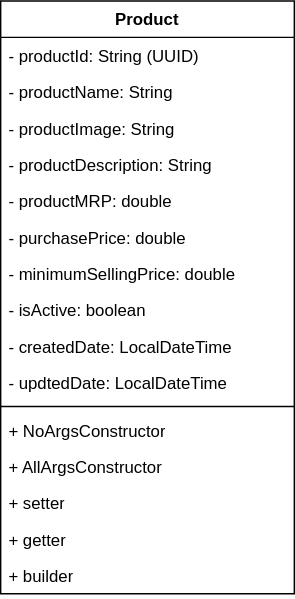
Earlier version of the draw.io export drawio/backend/product-service/product-service-uml.drawio.svg (smruti-banty/stock-management). Source tidied: cells renumbered, new cells last; positions are measured from the earlier drawing's top-left corner, leaving out a move shared by most shapes. The source it was exported from:
```xml
<mxGraphModel background="#ffffff">
  <root>
    <mxCell id="0" />
    <mxCell id="1" parent="0" />
    <mxCell id="2" value="Product" style="swimlane;fontStyle=1;align=center;verticalAlign=top;horizontal=1;startSize=26;whiteSpace=wrap;html=1;" parent="1" vertex="1">
      <mxGeometry width="210" height="424" as="geometry" />
    </mxCell>
    <mxCell id="3" value="- productId: String (UUID)" style="text;strokeColor=none;fillColor=none;align=left;verticalAlign=top;spacingLeft=4;spacingRight=4;overflow=hidden;whiteSpace=wrap;html=1;" parent="2" vertex="1">
      <mxGeometry y="26" width="210" height="26" as="geometry" />
    </mxCell>
    <mxCell id="4" value="- productName: String" style="text;strokeColor=none;fillColor=none;align=left;verticalAlign=top;spacingLeft=4;spacingRight=4;overflow=hidden;whiteSpace=wrap;html=1;" parent="2" vertex="1">
      <mxGeometry y="52" width="210" height="26" as="geometry" />
    </mxCell>
    <mxCell id="5" value="- productImage: String" style="text;strokeColor=none;fillColor=none;align=left;verticalAlign=top;spacingLeft=4;spacingRight=4;overflow=hidden;whiteSpace=wrap;html=1;" parent="2" vertex="1">
      <mxGeometry y="78" width="210" height="26" as="geometry" />
    </mxCell>
    <mxCell id="6" value="- productDescription: String" style="text;strokeColor=none;fillColor=none;align=left;verticalAlign=top;spacingLeft=4;spacingRight=4;overflow=hidden;whiteSpace=wrap;html=1;" parent="2" vertex="1">
      <mxGeometry y="104" width="210" height="26" as="geometry" />
    </mxCell>
    <mxCell id="7" value="- productMRP: double" style="text;strokeColor=none;fillColor=none;align=left;verticalAlign=top;spacingLeft=4;spacingRight=4;overflow=hidden;whiteSpace=wrap;html=1;" parent="2" vertex="1">
      <mxGeometry y="130" width="210" height="26" as="geometry" />
    </mxCell>
    <mxCell id="8" value="- purchasePrice: double" style="text;strokeColor=none;fillColor=none;align=left;verticalAlign=top;spacingLeft=4;spacingRight=4;overflow=hidden;whiteSpace=wrap;html=1;" parent="2" vertex="1">
      <mxGeometry y="156" width="210" height="26" as="geometry" />
    </mxCell>
    <mxCell id="9" value="- minimumSellingPrice: double" style="text;strokeColor=none;fillColor=none;align=left;verticalAlign=top;spacingLeft=4;spacingRight=4;overflow=hidden;whiteSpace=wrap;html=1;" parent="2" vertex="1">
      <mxGeometry y="182" width="210" height="26" as="geometry" />
    </mxCell>
    <mxCell id="10" value="- isActive: boolean" style="text;strokeColor=none;fillColor=none;align=left;verticalAlign=top;spacingLeft=4;spacingRight=4;overflow=hidden;whiteSpace=wrap;html=1;" parent="2" vertex="1">
      <mxGeometry y="208" width="210" height="26" as="geometry" />
    </mxCell>
    <mxCell id="11" value="- createdDate: LocalDateTime" style="text;strokeColor=none;fillColor=none;align=left;verticalAlign=top;spacingLeft=4;spacingRight=4;overflow=hidden;whiteSpace=wrap;html=1;" parent="2" vertex="1">
      <mxGeometry y="234" width="210" height="26" as="geometry" />
    </mxCell>
    <mxCell id="12" value="- updtedDate: LocalDateTime" style="text;strokeColor=none;fillColor=none;align=left;verticalAlign=top;spacingLeft=4;spacingRight=4;overflow=hidden;whiteSpace=wrap;html=1;" parent="2" vertex="1">
      <mxGeometry y="260" width="210" height="26" as="geometry" />
    </mxCell>
    <mxCell id="13" style="line;strokeWidth=1;fillColor=none;align=left;verticalAlign=middle;spacingTop=-1;spacingLeft=3;spacingRight=3;labelPosition=right;strokeColor=inherit;" parent="2" vertex="1">
      <mxGeometry y="286" width="210" height="8" as="geometry" />
    </mxCell>
    <mxCell id="14" value="+ NoArgsConstructor" style="text;strokeColor=none;fillColor=none;align=left;verticalAlign=top;spacingLeft=4;spacingRight=4;overflow=hidden;whiteSpace=wrap;html=1;" parent="2" vertex="1">
      <mxGeometry y="294" width="210" height="26" as="geometry" />
    </mxCell>
    <mxCell id="15" value="+ AllArgsConstructor" style="text;strokeColor=none;fillColor=none;align=left;verticalAlign=top;spacingLeft=4;spacingRight=4;overflow=hidden;whiteSpace=wrap;html=1;" parent="2" vertex="1">
      <mxGeometry y="320" width="210" height="26" as="geometry" />
    </mxCell>
    <mxCell id="16" value="+ setter" style="text;strokeColor=none;fillColor=none;align=left;verticalAlign=top;spacingLeft=4;spacingRight=4;overflow=hidden;whiteSpace=wrap;html=1;" parent="2" vertex="1">
      <mxGeometry y="346" width="210" height="26" as="geometry" />
    </mxCell>
    <mxCell id="17" value="+ getter" style="text;strokeColor=none;fillColor=none;align=left;verticalAlign=top;spacingLeft=4;spacingRight=4;overflow=hidden;whiteSpace=wrap;html=1;" parent="2" vertex="1">
      <mxGeometry y="372" width="210" height="26" as="geometry" />
    </mxCell>
    <mxCell id="18" value="+ builder" style="text;strokeColor=none;fillColor=none;align=left;verticalAlign=top;spacingLeft=4;spacingRight=4;overflow=hidden;whiteSpace=wrap;html=1;" parent="2" vertex="1">
      <mxGeometry y="398" width="210" height="26" as="geometry" />
    </mxCell>
  </root>
</mxGraphModel>
```
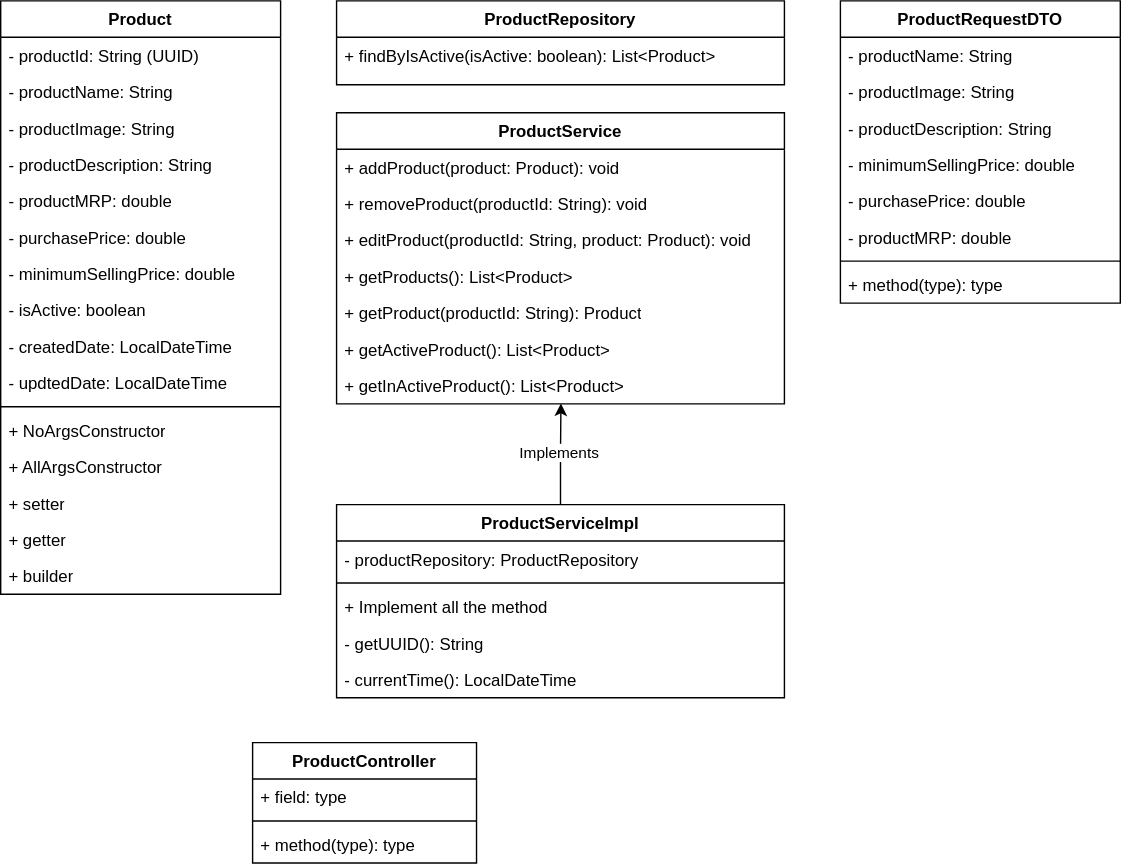
The same diagram one commit later.

Commit message:
Update product-service-uml

The edit, as a diff of the source:
```diff
@@ -3,55 +3,148 @@
     <mxCell id="0" />
     <mxCell id="1" parent="0" />
     <mxCell id="2" value="Product" style="swimlane;fontStyle=1;align=center;verticalAlign=top;horizontal=1;startSize=26;whiteSpace=wrap;html=1;" parent="1" vertex="1">
-      <mxGeometry width="210" height="424" as="geometry" />
+      <mxGeometry width="200" height="424" as="geometry" />
     </mxCell>
     <mxCell id="3" value="- productId: String (UUID)" style="text;strokeColor=none;fillColor=none;align=left;verticalAlign=top;spacingLeft=4;spacingRight=4;overflow=hidden;whiteSpace=wrap;html=1;" parent="2" vertex="1">
-      <mxGeometry y="26" width="210" height="26" as="geometry" />
+      <mxGeometry y="26" width="200" height="26" as="geometry" />
     </mxCell>
     <mxCell id="4" value="- productName: String" style="text;strokeColor=none;fillColor=none;align=left;verticalAlign=top;spacingLeft=4;spacingRight=4;overflow=hidden;whiteSpace=wrap;html=1;" parent="2" vertex="1">
-      <mxGeometry y="52" width="210" height="26" as="geometry" />
+      <mxGeometry y="52" width="200" height="26" as="geometry" />
     </mxCell>
     <mxCell id="5" value="- productImage: String" style="text;strokeColor=none;fillColor=none;align=left;verticalAlign=top;spacingLeft=4;spacingRight=4;overflow=hidden;whiteSpace=wrap;html=1;" parent="2" vertex="1">
-      <mxGeometry y="78" width="210" height="26" as="geometry" />
+      <mxGeometry y="78" width="200" height="26" as="geometry" />
     </mxCell>
     <mxCell id="6" value="- productDescription: String" style="text;strokeColor=none;fillColor=none;align=left;verticalAlign=top;spacingLeft=4;spacingRight=4;overflow=hidden;whiteSpace=wrap;html=1;" parent="2" vertex="1">
-      <mxGeometry y="104" width="210" height="26" as="geometry" />
+      <mxGeometry y="104" width="200" height="26" as="geometry" />
     </mxCell>
     <mxCell id="7" value="- productMRP: double" style="text;strokeColor=none;fillColor=none;align=left;verticalAlign=top;spacingLeft=4;spacingRight=4;overflow=hidden;whiteSpace=wrap;html=1;" parent="2" vertex="1">
-      <mxGeometry y="130" width="210" height="26" as="geometry" />
+      <mxGeometry y="130" width="200" height="26" as="geometry" />
     </mxCell>
     <mxCell id="8" value="- purchasePrice: double" style="text;strokeColor=none;fillColor=none;align=left;verticalAlign=top;spacingLeft=4;spacingRight=4;overflow=hidden;whiteSpace=wrap;html=1;" parent="2" vertex="1">
-      <mxGeometry y="156" width="210" height="26" as="geometry" />
+      <mxGeometry y="156" width="200" height="26" as="geometry" />
     </mxCell>
     <mxCell id="9" value="- minimumSellingPrice: double" style="text;strokeColor=none;fillColor=none;align=left;verticalAlign=top;spacingLeft=4;spacingRight=4;overflow=hidden;whiteSpace=wrap;html=1;" parent="2" vertex="1">
-      <mxGeometry y="182" width="210" height="26" as="geometry" />
+      <mxGeometry y="182" width="200" height="26" as="geometry" />
     </mxCell>
     <mxCell id="10" value="- isActive: boolean" style="text;strokeColor=none;fillColor=none;align=left;verticalAlign=top;spacingLeft=4;spacingRight=4;overflow=hidden;whiteSpace=wrap;html=1;" parent="2" vertex="1">
-      <mxGeometry y="208" width="210" height="26" as="geometry" />
+      <mxGeometry y="208" width="200" height="26" as="geometry" />
     </mxCell>
     <mxCell id="11" value="- createdDate: LocalDateTime" style="text;strokeColor=none;fillColor=none;align=left;verticalAlign=top;spacingLeft=4;spacingRight=4;overflow=hidden;whiteSpace=wrap;html=1;" parent="2" vertex="1">
-      <mxGeometry y="234" width="210" height="26" as="geometry" />
+      <mxGeometry y="234" width="200" height="26" as="geometry" />
     </mxCell>
     <mxCell id="12" value="- updtedDate: LocalDateTime" style="text;strokeColor=none;fillColor=none;align=left;verticalAlign=top;spacingLeft=4;spacingRight=4;overflow=hidden;whiteSpace=wrap;html=1;" parent="2" vertex="1">
-      <mxGeometry y="260" width="210" height="26" as="geometry" />
+      <mxGeometry y="260" width="200" height="26" as="geometry" />
     </mxCell>
     <mxCell id="13" style="line;strokeWidth=1;fillColor=none;align=left;verticalAlign=middle;spacingTop=-1;spacingLeft=3;spacingRight=3;labelPosition=right;strokeColor=inherit;" parent="2" vertex="1">
-      <mxGeometry y="286" width="210" height="8" as="geometry" />
+      <mxGeometry y="286" width="200" height="8" as="geometry" />
     </mxCell>
     <mxCell id="14" value="+ NoArgsConstructor" style="text;strokeColor=none;fillColor=none;align=left;verticalAlign=top;spacingLeft=4;spacingRight=4;overflow=hidden;whiteSpace=wrap;html=1;" parent="2" vertex="1">
-      <mxGeometry y="294" width="210" height="26" as="geometry" />
+      <mxGeometry y="294" width="200" height="26" as="geometry" />
     </mxCell>
     <mxCell id="15" value="+ AllArgsConstructor" style="text;strokeColor=none;fillColor=none;align=left;verticalAlign=top;spacingLeft=4;spacingRight=4;overflow=hidden;whiteSpace=wrap;html=1;" parent="2" vertex="1">
-      <mxGeometry y="320" width="210" height="26" as="geometry" />
+      <mxGeometry y="320" width="200" height="26" as="geometry" />
     </mxCell>
     <mxCell id="16" value="+ setter" style="text;strokeColor=none;fillColor=none;align=left;verticalAlign=top;spacingLeft=4;spacingRight=4;overflow=hidden;whiteSpace=wrap;html=1;" parent="2" vertex="1">
-      <mxGeometry y="346" width="210" height="26" as="geometry" />
+      <mxGeometry y="346" width="200" height="26" as="geometry" />
     </mxCell>
     <mxCell id="17" value="+ getter" style="text;strokeColor=none;fillColor=none;align=left;verticalAlign=top;spacingLeft=4;spacingRight=4;overflow=hidden;whiteSpace=wrap;html=1;" parent="2" vertex="1">
-      <mxGeometry y="372" width="210" height="26" as="geometry" />
+      <mxGeometry y="372" width="200" height="26" as="geometry" />
     </mxCell>
     <mxCell id="18" value="+ builder" style="text;strokeColor=none;fillColor=none;align=left;verticalAlign=top;spacingLeft=4;spacingRight=4;overflow=hidden;whiteSpace=wrap;html=1;" parent="2" vertex="1">
-      <mxGeometry y="398" width="210" height="26" as="geometry" />
+      <mxGeometry y="398" width="200" height="26" as="geometry" />
     </mxCell>
+    <mxCell id="19" value="ProductRepository" style="swimlane;fontStyle=1;align=center;verticalAlign=top;horizontal=1;startSize=26;whiteSpace=wrap;html=1;" parent="1" vertex="1">
+      <mxGeometry x="240" width="320" height="60" as="geometry" />
+    </mxCell>
+    <mxCell id="20" value="+&amp;nbsp;findByIsActive(isActive: boolean): List&amp;lt;Product&amp;gt;" style="text;strokeColor=none;fillColor=none;align=left;verticalAlign=top;spacingLeft=4;spacingRight=4;overflow=hidden;whiteSpace=wrap;html=1;" parent="19" vertex="1">
+      <mxGeometry y="26" width="320" height="34" as="geometry" />
+    </mxCell>
+    <mxCell id="21" value="ProductService" style="swimlane;fontStyle=1;align=center;verticalAlign=top;horizontal=1;startSize=26;whiteSpace=wrap;html=1;" parent="1" vertex="1">
+      <mxGeometry x="240" y="80" width="320" height="208" as="geometry" />
+    </mxCell>
+    <mxCell id="22" value="+ addProduct(product: Product): void" style="text;strokeColor=none;fillColor=none;align=left;verticalAlign=top;spacingLeft=4;spacingRight=4;overflow=hidden;whiteSpace=wrap;html=1;" parent="21" vertex="1">
+      <mxGeometry y="26" width="320" height="26" as="geometry" />
+    </mxCell>
+    <mxCell id="23" value="+ removeProduct(productId: String): void" style="text;strokeColor=none;fillColor=none;align=left;verticalAlign=top;spacingLeft=4;spacingRight=4;overflow=hidden;whiteSpace=wrap;html=1;" parent="21" vertex="1">
+      <mxGeometry y="52" width="320" height="26" as="geometry" />
+    </mxCell>
+    <mxCell id="24" value="+ editProduct(productId: String, product: Product): void" style="text;strokeColor=none;fillColor=none;align=left;verticalAlign=top;spacingLeft=4;spacingRight=4;overflow=hidden;whiteSpace=wrap;html=1;" parent="21" vertex="1">
+      <mxGeometry y="78" width="320" height="26" as="geometry" />
+    </mxCell>
+    <mxCell id="25" value="+ getProducts(): List&amp;lt;Product&amp;gt;" style="text;strokeColor=none;fillColor=none;align=left;verticalAlign=top;spacingLeft=4;spacingRight=4;overflow=hidden;whiteSpace=wrap;html=1;" parent="21" vertex="1">
+      <mxGeometry y="104" width="320" height="26" as="geometry" />
+    </mxCell>
+    <mxCell id="26" value="+ getProduct(productId: String): Product" style="text;strokeColor=none;fillColor=none;align=left;verticalAlign=top;spacingLeft=4;spacingRight=4;overflow=hidden;whiteSpace=wrap;html=1;" parent="21" vertex="1">
+      <mxGeometry y="130" width="320" height="26" as="geometry" />
+    </mxCell>
+    <mxCell id="27" value="+ getActiveProduct(): List&amp;lt;Product&amp;gt;" style="text;strokeColor=none;fillColor=none;align=left;verticalAlign=top;spacingLeft=4;spacingRight=4;overflow=hidden;whiteSpace=wrap;html=1;" parent="21" vertex="1">
+      <mxGeometry y="156" width="320" height="26" as="geometry" />
+    </mxCell>
+    <mxCell id="28" value="+ getInActiveProduct(): List&amp;lt;Product&amp;gt;" style="text;strokeColor=none;fillColor=none;align=left;verticalAlign=top;spacingLeft=4;spacingRight=4;overflow=hidden;points=[[0,0.5],[1,0.5]];portConstraint=eastwest;whiteSpace=wrap;html=1;" parent="21" vertex="1">
+      <mxGeometry y="182" width="320" height="26" as="geometry" />
+    </mxCell>
+    <mxCell id="29" style="edgeStyle=orthogonalEdgeStyle;rounded=0;jettySize=auto;html=1;entryX=0.501;entryY=0.987;entryDx=0;entryDy=0;entryPerimeter=0;" parent="1" edge="1" source="31" target="28">
+      <mxGeometry relative="1" as="geometry" />
+    </mxCell>
+    <mxCell id="30" value="Implements" style="edgeLabel;html=1;align=center;verticalAlign=middle;" parent="29" vertex="1">
+      <mxGeometry x="0.05" y="2" relative="1" as="geometry" />
+    </mxCell>
+    <mxCell id="31" value="ProductServiceImpl" style="swimlane;fontStyle=1;align=center;verticalAlign=top;horizontal=1;startSize=26;whiteSpace=wrap;html=1;" parent="1" vertex="1">
+      <mxGeometry x="240" y="360" width="320" height="138" as="geometry" />
+    </mxCell>
+    <mxCell id="32" value="- productRepository: ProductRepository" style="text;strokeColor=none;fillColor=none;align=left;verticalAlign=top;spacingLeft=4;spacingRight=4;overflow=hidden;whiteSpace=wrap;html=1;" parent="31" vertex="1">
+      <mxGeometry y="26" width="320" height="26" as="geometry" />
+    </mxCell>
+    <mxCell id="33" style="line;strokeWidth=1;fillColor=none;align=left;verticalAlign=middle;spacingTop=-1;spacingLeft=3;spacingRight=3;labelPosition=right;strokeColor=inherit;" parent="31" vertex="1">
+      <mxGeometry y="52" width="320" height="8" as="geometry" />
+    </mxCell>
+    <mxCell id="34" value="+ Implement all the method" style="text;strokeColor=none;fillColor=none;align=left;verticalAlign=top;spacingLeft=4;spacingRight=4;overflow=hidden;whiteSpace=wrap;html=1;" parent="31" vertex="1">
+      <mxGeometry y="60" width="320" height="26" as="geometry" />
+    </mxCell>
+    <mxCell id="35" value="- getUUID(): String" style="text;strokeColor=none;fillColor=none;align=left;verticalAlign=top;spacingLeft=4;spacingRight=4;overflow=hidden;whiteSpace=wrap;html=1;" parent="31" vertex="1">
+      <mxGeometry y="86" width="320" height="26" as="geometry" />
+    </mxCell>
+    <mxCell id="36" value="- currentTime(): LocalDateTime" style="text;strokeColor=none;fillColor=none;align=left;verticalAlign=top;spacingLeft=4;spacingRight=4;overflow=hidden;whiteSpace=wrap;html=1;" parent="31" vertex="1">
+      <mxGeometry y="112" width="320" height="26" as="geometry" />
+    </mxCell>
+    <mxCell id="37" value="ProductController" style="swimlane;fontStyle=1;align=center;verticalAlign=top;horizontal=1;startSize=26;whiteSpace=wrap;html=1;" parent="1" vertex="1">
+      <mxGeometry x="180" y="530" width="160" height="86" as="geometry" />
+    </mxCell>
+    <mxCell id="38" value="+ field: type" style="text;strokeColor=none;fillColor=none;align=left;verticalAlign=top;spacingLeft=4;spacingRight=4;overflow=hidden;whiteSpace=wrap;html=1;" parent="37" vertex="1">
+      <mxGeometry y="26" width="160" height="26" as="geometry" />
+    </mxCell>
+    <mxCell id="39" style="line;strokeWidth=1;fillColor=none;align=left;verticalAlign=middle;spacingTop=-1;spacingLeft=3;spacingRight=3;labelPosition=right;strokeColor=inherit;" parent="37" vertex="1">
+      <mxGeometry y="52" width="160" height="8" as="geometry" />
+    </mxCell>
+    <mxCell id="40" value="+ method(type): type" style="text;strokeColor=none;fillColor=none;align=left;verticalAlign=top;spacingLeft=4;spacingRight=4;overflow=hidden;whiteSpace=wrap;html=1;" parent="37" vertex="1">
+      <mxGeometry y="60" width="160" height="26" as="geometry" />
+    </mxCell>
+    <mxCell id="41" value="ProductRequestDTO" style="swimlane;fontStyle=1;align=center;verticalAlign=top;horizontal=1;startSize=26;whiteSpace=wrap;html=1;" parent="1" vertex="1">
+      <mxGeometry x="600" width="200" height="216" as="geometry" />
+    </mxCell>
+    <mxCell id="42" value="- productName: String" style="text;strokeColor=none;fillColor=none;align=left;verticalAlign=top;spacingLeft=4;spacingRight=4;overflow=hidden;whiteSpace=wrap;html=1;" parent="41" vertex="1">
+      <mxGeometry y="26" width="200" height="26" as="geometry" />
+    </mxCell>
+    <mxCell id="43" value="- productImage: String" style="text;strokeColor=none;fillColor=none;align=left;verticalAlign=top;spacingLeft=4;spacingRight=4;overflow=hidden;whiteSpace=wrap;html=1;" parent="41" vertex="1">
+      <mxGeometry y="52" width="200" height="26" as="geometry" />
+    </mxCell>
+    <mxCell id="44" value="- productDescription: String" style="text;strokeColor=none;fillColor=none;align=left;verticalAlign=top;spacingLeft=4;spacingRight=4;overflow=hidden;whiteSpace=wrap;html=1;" parent="41" vertex="1">
+      <mxGeometry y="78" width="200" height="26" as="geometry" />
+    </mxCell>
+    <mxCell id="45" value="- minimumSellingPrice: double" style="text;strokeColor=none;fillColor=none;align=left;verticalAlign=top;spacingLeft=4;spacingRight=4;overflow=hidden;whiteSpace=wrap;html=1;" parent="41" vertex="1">
+      <mxGeometry y="104" width="200" height="26" as="geometry" />
+    </mxCell>
+    <mxCell id="46" value="- purchasePrice: double" style="text;strokeColor=none;fillColor=none;align=left;verticalAlign=top;spacingLeft=4;spacingRight=4;overflow=hidden;whiteSpace=wrap;html=1;" parent="41" vertex="1">
+      <mxGeometry y="130" width="200" height="26" as="geometry" />
+    </mxCell>
+    <mxCell id="47" value="- productMRP: double" style="text;strokeColor=none;fillColor=none;align=left;verticalAlign=top;spacingLeft=4;spacingRight=4;overflow=hidden;whiteSpace=wrap;html=1;" parent="41" vertex="1">
+      <mxGeometry y="156" width="200" height="26" as="geometry" />
+    </mxCell>
+    <mxCell id="48" style="line;strokeWidth=1;fillColor=none;align=left;verticalAlign=middle;spacingTop=-1;spacingLeft=3;spacingRight=3;labelPosition=right;strokeColor=inherit;" parent="41" vertex="1">
+      <mxGeometry y="182" width="200" height="8" as="geometry" />
+    </mxCell>
+    <mxCell id="49" value="+ method(type): type" style="text;strokeColor=none;fillColor=none;align=left;verticalAlign=top;spacingLeft=4;spacingRight=4;overflow=hidden;whiteSpace=wrap;html=1;" parent="41" vertex="1">
+      <mxGeometry y="190" width="200" height="26" as="geometry" />
+    </mxCell>
   </root>
 </mxGraphModel>
```
